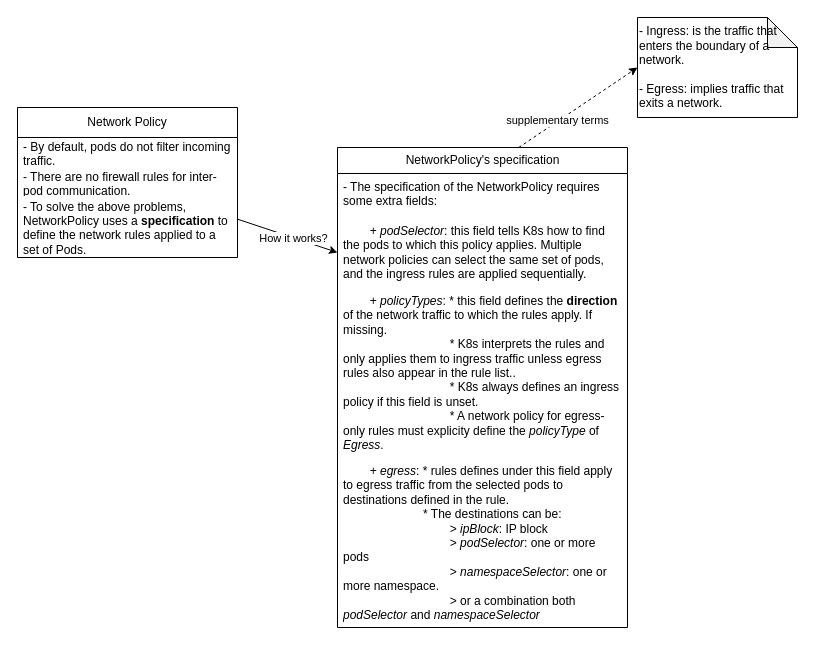
The draw.io diagram mindmap.drawio in cuongpiger/cloud, before the edit. Source tidied: cells renumbered, new cells numbered last; positions are measured from the earlier drawing's top-left corner, leaving out a move shared by most shapes. Both pictures are drawn from the tidied source at 100%, with x=0, y=0 at pixel (17, 17).
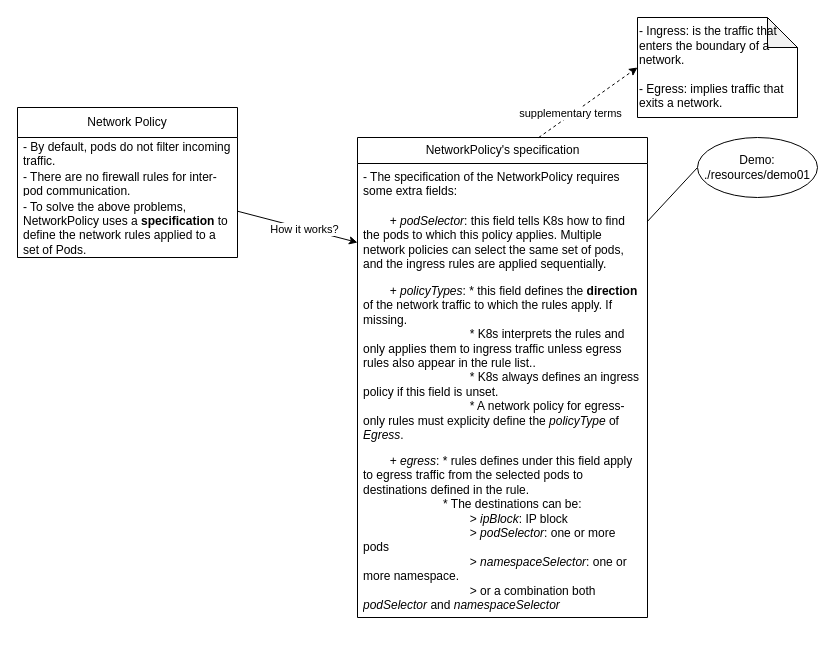
Above is the later version.

Commit message (it also covers changes not shown here):
This is Manh Cuong's commit 🌻.

Diff of the diagram source:
```diff
@@
 <mxGraphModel>
   <root>
     <mxCell id="0" />
     <mxCell id="1" parent="0" />
     <mxCell id="2" style="edgeStyle=none;html=1;entryX=0;entryY=0.5;entryDx=0;entryDy=0;" parent="1" edge="1" source="4" target="10">
       <mxGeometry relative="1" as="geometry" />
     </mxCell>
     <mxCell id="3" value="How it works?" style="edgeLabel;html=1;align=center;verticalAlign=middle;" parent="2" vertex="1">
       <mxGeometry x="0.12" relative="1" as="geometry" />
     </mxCell>
     <mxCell id="4" value="Network Policy" style="swimlane;fontStyle=0;horizontal=1;startSize=30;whiteSpace=wrap;html=1;" parent="1" vertex="1">
       <mxGeometry y="90" width="220" height="150" as="geometry" />
     </mxCell>
     <mxCell id="5" value="- By default, pods do not filter incoming traffic." style="text;strokeColor=none;fillColor=none;align=left;verticalAlign=middle;spacingLeft=4;spacingRight=4;overflow=hidden;whiteSpace=wrap;html=1;" parent="4" vertex="1">
       <mxGeometry y="30" width="220" height="30" as="geometry" />
     </mxCell>
     <mxCell id="6" value="- There are no firewall rules for inter-pod communication." style="text;strokeColor=none;fillColor=none;align=left;verticalAlign=middle;spacingLeft=4;spacingRight=4;overflow=hidden;whiteSpace=wrap;html=1;" parent="4" vertex="1">
       <mxGeometry y="60" width="220" height="30" as="geometry" />
     </mxCell>
     <mxCell id="7" value="- To solve the above problems, NetworkPolicy uses a &lt;b&gt;specification&lt;/b&gt; to define the network rules applied to a set of Pods." style="text;strokeColor=none;fillColor=none;align=left;verticalAlign=middle;spacingLeft=4;spacingRight=4;overflow=hidden;whiteSpace=wrap;html=1;" parent="4" vertex="1">
       <mxGeometry y="90" width="220" height="60" as="geometry" />
     </mxCell>
+    <mxCell id="16" style="edgeStyle=none;html=1;entryX=0;entryY=0.5;entryDx=0;entryDy=0;strokeColor=default;endArrow=none;endFill=0;" parent="1" edge="1" source="8" target="17">
+      <mxGeometry relative="1" as="geometry" />
+    </mxCell>
     <mxCell id="8" value="NetworkPolicy's specification" style="swimlane;fontStyle=0;horizontal=1;startSize=26;fillColor=none;html=1;" parent="1" vertex="1">
-      <mxGeometry x="320" y="130" width="290" height="480" as="geometry" />
+      <mxGeometry x="340" y="120" width="290" height="480" as="geometry" />
     </mxCell>
     <mxCell id="9" value="- The specification of the NetworkPolicy requires some extra fields:" style="text;strokeColor=none;fillColor=none;align=left;verticalAlign=top;spacingLeft=4;spacingRight=4;overflow=hidden;whiteSpace=wrap;html=1;" parent="8" vertex="1">
       <mxGeometry y="26" width="290" height="44" as="geometry" />
     </mxCell>
     <mxCell id="10" value="&lt;span style=&quot;white-space: pre;&quot;&gt;&#9;&lt;/span&gt;+ &lt;i&gt;podSelector&lt;/i&gt;: this field tells K8s how to find the pods to which this policy applies. Multiple network policies can select the same set of pods, and the ingress rules are applied sequentially." style="text;strokeColor=none;fillColor=none;align=left;verticalAlign=top;spacingLeft=4;spacingRight=4;overflow=hidden;points=[[0,0.5],[1,0.5]];portConstraint=eastwest;whiteSpace=wrap;html=1;" parent="8" vertex="1">
       <mxGeometry y="70" width="290" height="70" as="geometry" />
     </mxCell>
     <mxCell id="11" value="&lt;span style=&quot;white-space: pre;&quot;&gt;&#9;&lt;/span&gt;+ &lt;i&gt;policyTypes&lt;/i&gt;: * this field defines the &lt;b&gt;direction &lt;/b&gt;of the network traffic to which the rules apply. If missing.&lt;br&gt;&lt;span style=&quot;white-space: pre;&quot;&gt;&#9;&lt;/span&gt;&lt;span style=&quot;white-space: pre;&quot;&gt;&#9;&lt;/span&gt;&lt;span style=&quot;white-space: pre;&quot;&gt;&#9;&lt;/span&gt;&lt;span style=&quot;white-space: pre;&quot;&gt;&#9;&lt;/span&gt;* K8s interprets the rules and only applies them to ingress traffic unless egress rules also appear in the rule list..&lt;br&gt;&lt;span style=&quot;white-space: pre;&quot;&gt;&#9;&lt;/span&gt;&lt;span style=&quot;white-space: pre;&quot;&gt;&#9;&lt;/span&gt;&lt;span style=&quot;white-space: pre;&quot;&gt;&#9;&lt;/span&gt;&lt;span style=&quot;white-space: pre;&quot;&gt;&#9;&lt;/span&gt;* K8s always defines an ingress policy if this field is unset.&amp;nbsp;&lt;br&gt;&lt;span style=&quot;white-space: pre;&quot;&gt;&#9;&lt;/span&gt;&lt;span style=&quot;white-space: pre;&quot;&gt;&#9;&lt;/span&gt;&lt;span style=&quot;white-space: pre;&quot;&gt;&#9;&lt;/span&gt;&lt;span style=&quot;white-space: pre;&quot;&gt;&#9;&lt;/span&gt;* A network policy for egress-only rules must explicity define the &lt;i&gt;policyType&lt;/i&gt; of &lt;i&gt;Egress&lt;/i&gt;." style="text;strokeColor=none;fillColor=none;align=left;verticalAlign=top;spacingLeft=4;spacingRight=4;overflow=hidden;whiteSpace=wrap;html=1;" parent="8" vertex="1">
       <mxGeometry y="140" width="290" height="170" as="geometry" />
     </mxCell>
     <mxCell id="12" value="&lt;span style=&quot;white-space: pre;&quot;&gt;&#9;&lt;/span&gt;+ &lt;i&gt;egress&lt;/i&gt;: * rules defines under this field apply to egress traffic from the selected pods to destinations defined in the rule.&lt;br&gt;&lt;span style=&quot;white-space: pre;&quot;&gt;&#9;&lt;/span&gt;&lt;span style=&quot;white-space: pre;&quot;&gt;&#9;&lt;/span&gt;&lt;span style=&quot;white-space: pre;&quot;&gt;&#9;&lt;/span&gt;* The destinations can be:&lt;br&gt;&lt;span style=&quot;white-space: pre;&quot;&gt;&#9;&lt;/span&gt;&lt;span style=&quot;white-space: pre;&quot;&gt;&#9;&lt;/span&gt;&lt;span style=&quot;white-space: pre;&quot;&gt;&#9;&lt;/span&gt;&lt;span style=&quot;white-space: pre;&quot;&gt;&#9;&lt;/span&gt;&amp;gt; &lt;i&gt;ipBlock&lt;/i&gt;: IP block&lt;br&gt;&lt;span style=&quot;white-space: pre;&quot;&gt;&#9;&lt;/span&gt;&lt;span style=&quot;white-space: pre;&quot;&gt;&#9;&lt;/span&gt;&lt;span style=&quot;white-space: pre;&quot;&gt;&#9;&lt;/span&gt;&lt;span style=&quot;white-space: pre;&quot;&gt;&#9;&lt;/span&gt;&amp;gt; &lt;i&gt;podSelector&lt;/i&gt;: one or more pods&lt;br&gt;&lt;span style=&quot;white-space: pre;&quot;&gt;&#9;&lt;/span&gt;&lt;span style=&quot;white-space: pre;&quot;&gt;&#9;&lt;/span&gt;&lt;span style=&quot;white-space: pre;&quot;&gt;&#9;&lt;/span&gt;&lt;span style=&quot;white-space: pre;&quot;&gt;&#9;&lt;/span&gt;&amp;gt; &lt;i&gt;namespaceSelector&lt;/i&gt;: one or more namespace.&lt;br&gt;&lt;span style=&quot;white-space: pre;&quot;&gt;&#9;&lt;/span&gt;&lt;span style=&quot;white-space: pre;&quot;&gt;&#9;&lt;/span&gt;&lt;span style=&quot;white-space: pre;&quot;&gt;&#9;&lt;/span&gt;&lt;span style=&quot;white-space: pre;&quot;&gt;&#9;&lt;/span&gt;&amp;gt; or a combination both &lt;i&gt;podSelector&lt;/i&gt; and &lt;i&gt;namespaceSelector&lt;/i&gt;" style="text;strokeColor=none;fillColor=none;align=left;verticalAlign=top;spacingLeft=4;spacingRight=4;overflow=hidden;whiteSpace=wrap;html=1;" parent="8" vertex="1">
       <mxGeometry y="310" width="290" height="170" as="geometry" />
     </mxCell>
     <mxCell id="13" value="- Ingress: is the traffic that enters the boundary of a network.&lt;br&gt;&lt;br&gt;- Egress: implies traffic that exits a network." style="shape=note;whiteSpace=wrap;html=1;backgroundOutline=1;darkOpacity=0.05;align=left;" parent="1" vertex="1">
       <mxGeometry x="620" width="160" height="100" as="geometry" />
     </mxCell>
     <mxCell id="14" style="edgeStyle=none;html=1;exitX=0.625;exitY=0;exitDx=0;exitDy=0;entryX=0;entryY=0.5;entryDx=0;entryDy=0;entryPerimeter=0;exitPerimeter=0;dashed=1;" parent="1" edge="1" source="8" target="13">
       <mxGeometry relative="1" as="geometry" />
     </mxCell>
     <mxCell id="15" value="supplementary terms" style="edgeLabel;html=1;align=center;verticalAlign=middle;" parent="14" vertex="1">
       <mxGeometry x="-0.34" y="2" relative="1" as="geometry" />
     </mxCell>
+    <mxCell id="17" value="Demo: ./resources/demo01" style="ellipse;whiteSpace=wrap;html=1;" parent="1" vertex="1">
+      <mxGeometry x="680" y="120" width="120" height="60" as="geometry" />
+    </mxCell>
   </root>
 </mxGraphModel>
```
